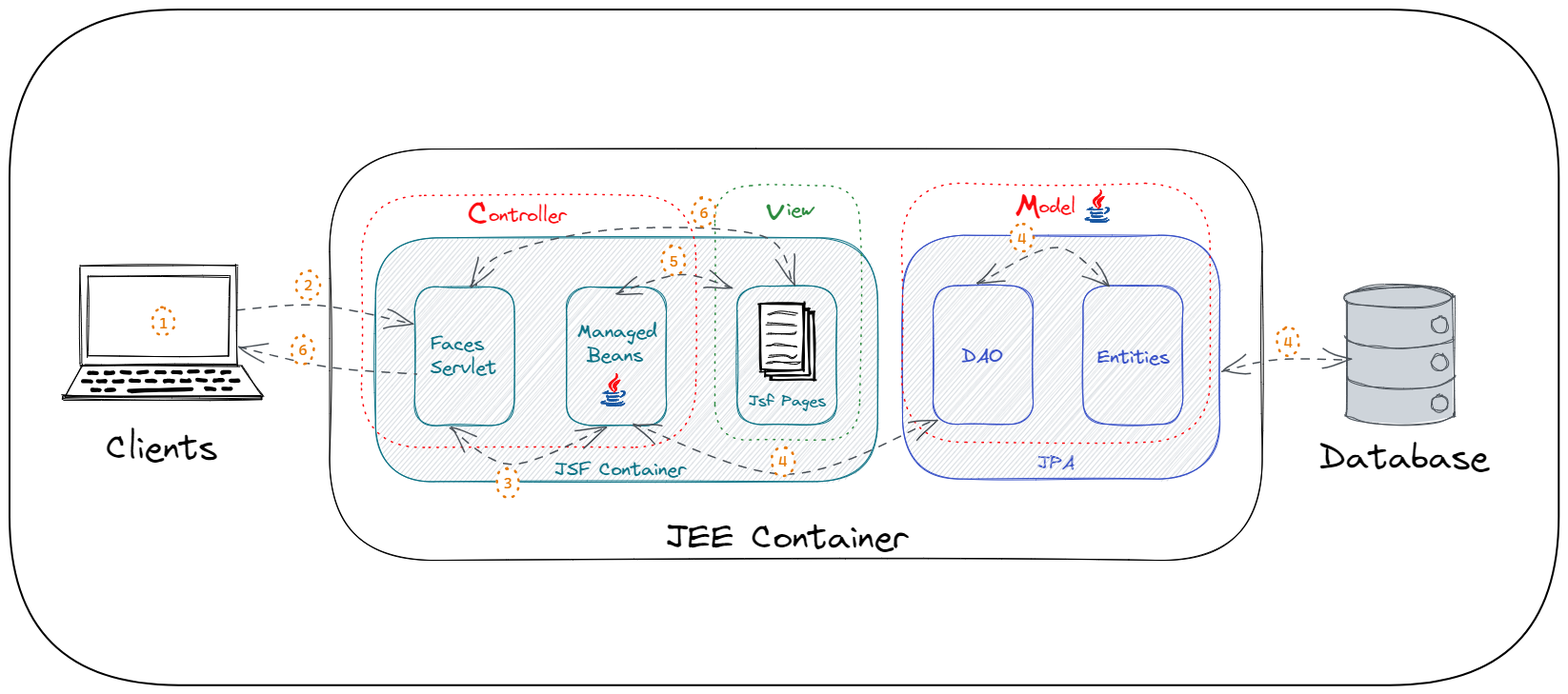
Earlier version of the Excalidraw export MVC.excalidraw.png (malouu/Diag_JEE). Source tidied: one line per element, renumbered; positions are measured from the earlier drawing's top-left corner, leaving out a move shared by most shapes.
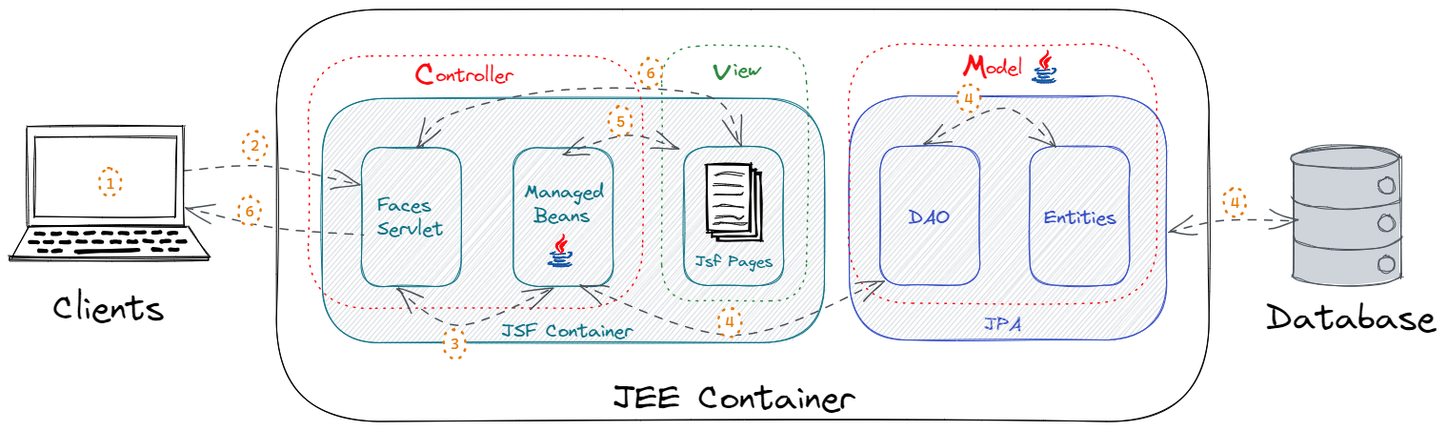
Above is the later version.

Change to the diagram source:
```diff
@@ -53,7 +53,6 @@
 {"id": 52, "type": "text", "text": "Clients", "strokeColor": "#000000", "backgroundColor": "#ced4da", "fillStyle": "hachure", "strokeWidth": 1, "strokeStyle": "dashed", "roughness": 1, "fontSize": 36, "fontFamily": 1, "x": 101, "y": 439, "width": 119, "height": 45}
 {"id": 53, "type": "text", "text": "Database", "strokeColor": "#000000", "backgroundColor": "#ced4da", "fillStyle": "hachure", "strokeWidth": 1, "strokeStyle": "dashed", "roughness": 1, "fontSize": 36, "fontFamily": 1, "x": 1375, "y": 449, "width": 180, "height": 45}
 {"id": 54, "type": "arrow", "strokeColor": "#495057", "backgroundColor": "#ced4da", "fillStyle": "hachure", "strokeWidth": 1, "strokeStyle": "dashed", "roughness": 1, "endArrowhead": "arrow", "from": 58, "to": 4, "x": 238, "y": 316, "width": 186, "height": 20, "points": [[0, 0], [86, -6], [186, 14]]}
-{"id": 55, "type": "rectangle", "strokeColor": "#000000", "strokeWidth": 2, "roughness": 0, "x": 0, "y": 0, "width": 1626, "height": 710}
 {"id": 56, "type": "arrow", "strokeColor": "#495057", "strokeWidth": 1, "strokeStyle": "dashed", "roughness": 1, "startArrowhead": "arrow", "endArrowhead": "arrow", "x": 655, "y": 435, "width": 319, "height": 59, "points": [[0, 0], [162, 53], [319, -6]]}
 {"id": 57, "type": "arrow", "strokeColor": "#495057", "strokeWidth": 1, "strokeStyle": "dashed", "roughness": 1, "startArrowhead": "arrow", "endArrowhead": "arrow", "to": 26, "x": 636, "y": 299, "width": 122, "height": 20, "points": [[0, 0], [68, -20], [122, -5]]}
 {"id": 58, "type": "rectangle", "strokeColor": "#000000", "strokeWidth": 1, "roughness": 1, "x": 83, "y": 280, "width": 148, "height": 84}
```
